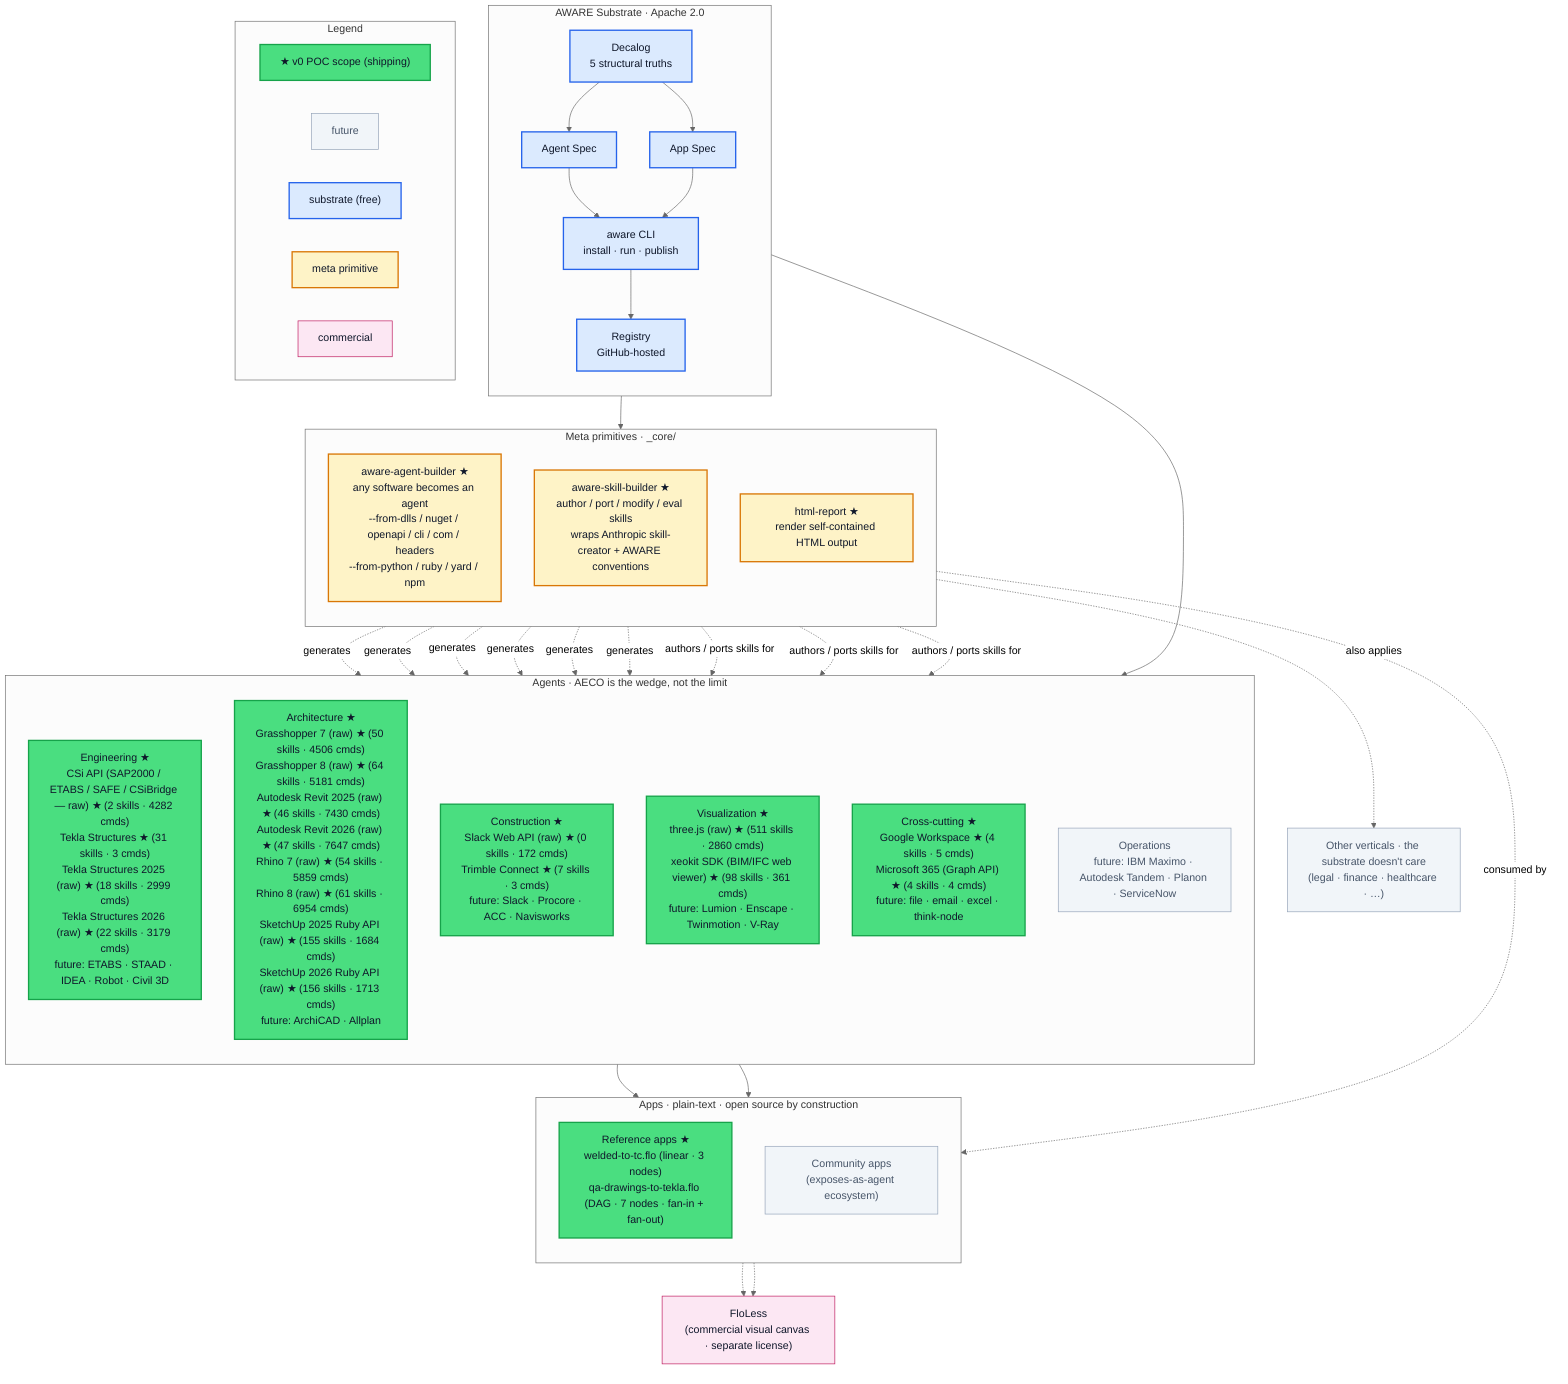
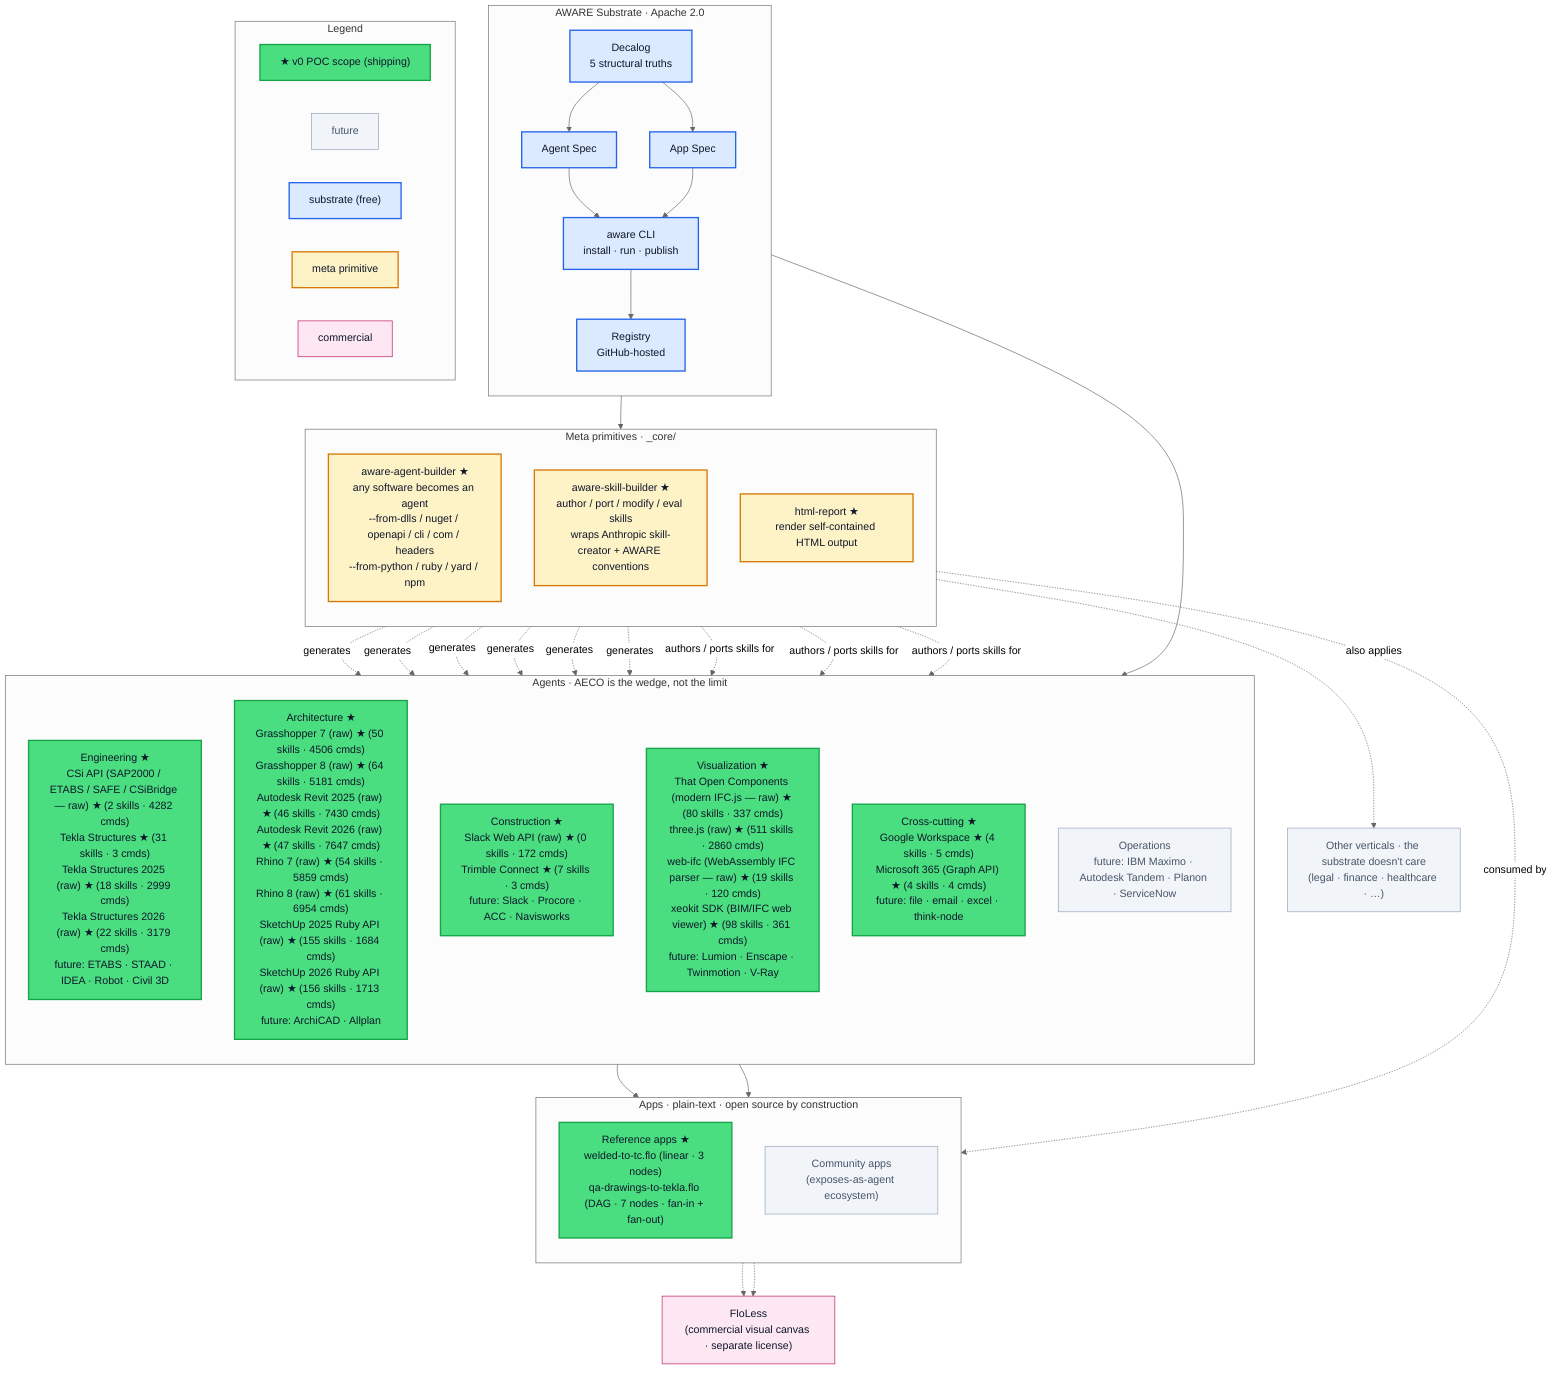
%%{init: {'theme':'neutral'}}%%
graph TB

  %% =========================================================
  %% Style classes
  %% =========================================================
  classDef poc        fill:#4ade80,stroke:#16a34a,color:#0f172a,stroke-width:2px
  classDef future     fill:#f1f5f9,stroke:#94a3b8,color:#475569
  classDef substrate  fill:#dbeafe,stroke:#2563eb,color:#0f172a,stroke-width:2px
  classDef meta       fill:#fef3c7,stroke:#d97706,color:#0f172a,stroke-width:2px
  classDef app        fill:#e0e7ff,stroke:#6366f1,color:#0f172a
  classDef commercial fill:#fce7f3,stroke:#be185d,color:#0f172a

  %% =========================================================
  %% Substrate · Apache 2.0
  %% =========================================================
  subgraph SUB["AWARE Substrate · Apache 2.0"]
    direction TB
    Decalog["Decalog<br/>5 structural truths"]:::substrate
    AgentSpec["Agent Spec"]:::substrate
    AppSpec["App Spec"]:::substrate
    CLI["aware CLI<br/>install · run · publish"]:::substrate
    Registry["Registry<br/>GitHub-hosted"]:::substrate

    Decalog --> AgentSpec
    Decalog --> AppSpec
    AgentSpec --> CLI
    AppSpec --> CLI
    CLI --> Registry
  end

  %% =========================================================
  %% Meta primitives — under _core/
  %% =========================================================
  subgraph META["Meta primitives · _core/"]
    direction TB
    Builder["aware-agent-builder ★<br/>any software becomes an agent<br/>--from-dlls / nuget / openapi / cli / com / headers<br/>--from-python / ruby / yard / npm"]:::meta
    SkillBuilder["aware-skill-builder ★<br/>author / port / modify / eval skills<br/>wraps Anthropic skill-creator + AWARE conventions"]:::meta
    HtmlReport["html-report ★<br/>render self-contained HTML output"]:::meta
  end

  %% =========================================================
  %% Agents · AECO (the wedge)
  %% =========================================================
  subgraph AGENTS["Agents · AECO is the wedge, not the limit"]
    direction TB

    %% AWARE-AUTOGEN-AGENTS-BEGIN (regenerated by `aware diagram regenerate --in-place 40-diagrams/aware-master.mmd`)
    Eng["Engineering ★<br/>CSi API (SAP2000 / ETABS / SAFE / CSiBridge — raw) ★ (2 skills · 4282 cmds)<br/>Tekla Structures ★ (31 skills · 3 cmds)<br/>Tekla Structures 2025 (raw) ★ (18 skills · 2999 cmds)<br/>Tekla Structures 2026 (raw) ★ (22 skills · 3179 cmds)<br/>future: ETABS · STAAD · IDEA · Robot · Civil 3D"]:::poc
    Arch["Architecture ★<br/>Grasshopper 7 (raw) ★ (50 skills · 4506 cmds)<br/>Grasshopper 8 (raw) ★ (64 skills · 5181 cmds)<br/>Autodesk Revit 2025 (raw) ★ (46 skills · 7430 cmds)<br/>Autodesk Revit 2026 (raw) ★ (47 skills · 7647 cmds)<br/>Rhino 7 (raw) ★ (54 skills · 5859 cmds)<br/>Rhino 8 (raw) ★ (61 skills · 6954 cmds)<br/>SketchUp 2025 Ruby API (raw) ★ (155 skills · 1684 cmds)<br/>SketchUp 2026 Ruby API (raw) ★ (156 skills · 1713 cmds)<br/>future: ArchiCAD · Allplan"]:::poc
    Cons["Construction ★<br/>Slack Web API (raw) ★ (0 skills · 172 cmds)<br/>Trimble Connect ★ (7 skills · 3 cmds)<br/>future: Slack · Procore · ACC · Navisworks"]:::poc
-     Viz["Visualization ★<br/>three.js (raw) ★ (511 skills · 2860 cmds)<br/>xeokit SDK (BIM/IFC web viewer) ★ (98 skills · 361 cmds)<br/>future: Lumion · Enscape · Twinmotion · V-Ray"]:::poc
+     Viz["Visualization ★<br/>That Open Components (modern IFC.js — raw) ★ (80 skills · 337 cmds)<br/>three.js (raw) ★ (511 skills · 2860 cmds)<br/>web-ifc (WebAssembly IFC parser — raw) ★ (19 skills · 120 cmds)<br/>xeokit SDK (BIM/IFC web viewer) ★ (98 skills · 361 cmds)<br/>future: Lumion · Enscape · Twinmotion · V-Ray"]:::poc
    Cross["Cross-cutting ★<br/>Google Workspace ★ (4 skills · 5 cmds)<br/>Microsoft 365 (Graph API) ★ (4 skills · 4 cmds)<br/>future: file · email · excel · think-node"]:::poc
    Ops["Operations<br/>future: IBM Maximo · Autodesk Tandem · Planon · ServiceNow"]:::future
%% AWARE-AUTOGEN-AGENTS-END
  end

  Other["Other verticals · the substrate doesn't care<br/>(legal · finance · healthcare · …)"]:::future

  %% =========================================================
  %% Apps · plain-text compositions
  %% =========================================================
  subgraph APPS["Apps · plain-text · open source by construction"]
    direction TB
    Refs["Reference apps ★<br/>welded-to-tc.flo (linear · 3 nodes)<br/>qa-drawings-to-tekla.flo (DAG · 7 nodes · fan-in + fan-out)"]:::poc
    Community["Community apps<br/>(exposes-as-agent ecosystem)"]:::future
  end

  %% =========================================================
  %% Commercial layer
  %% =========================================================
  FloLess["FloLess<br/>(commercial visual canvas · separate license)"]:::commercial

  %% =========================================================
  %% Wiring
  %% =========================================================
  Registry --> META
  Registry --> AGENTS

  Builder -. generates .-> Eng
  Builder -. generates .-> Cons
  Builder -. generates .-> Cross
  Builder -. generates .-> Arch
  Builder -. generates .-> Viz
  Builder -. generates .-> Ops
  Builder -. also applies .-> Other

  SkillBuilder -. authors / ports skills for .-> Eng
  SkillBuilder -. authors / ports skills for .-> Cons
  SkillBuilder -. authors / ports skills for .-> Cross

  AGENTS --> Refs
  AGENTS --> Community
  HtmlReport -. consumed by .-> Refs

  Refs -.-> FloLess
  Community -.-> FloLess

  %% =========================================================
  %% Legend
  %% =========================================================
  subgraph LEGEND["Legend"]
    direction LR
    LegPoc["★ v0 POC scope (shipping)"]:::poc
    LegFut["future"]:::future
    LegSub["substrate (free)"]:::substrate
    LegMeta["meta primitive"]:::meta
    LegComm["commercial"]:::commercial
  end
